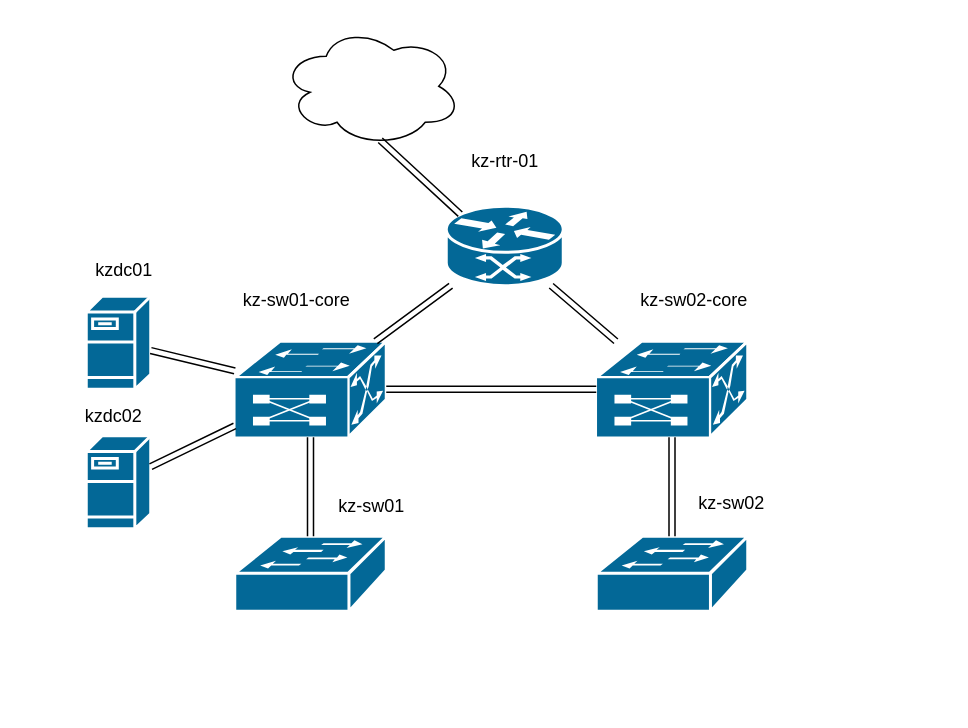
Ve1l/diagrams keeps this draw.io diagram as Untitled Diagram.drawio. Above is the earlier version. Source tidied: cells renumbered, new cells numbered last; positions are measured from the earlier drawing's top-left corner, leaving out a move shared by most shapes. Both pictures are drawn from the tidied source at 150%, with x=0, y=0 at pixel (75, 26).
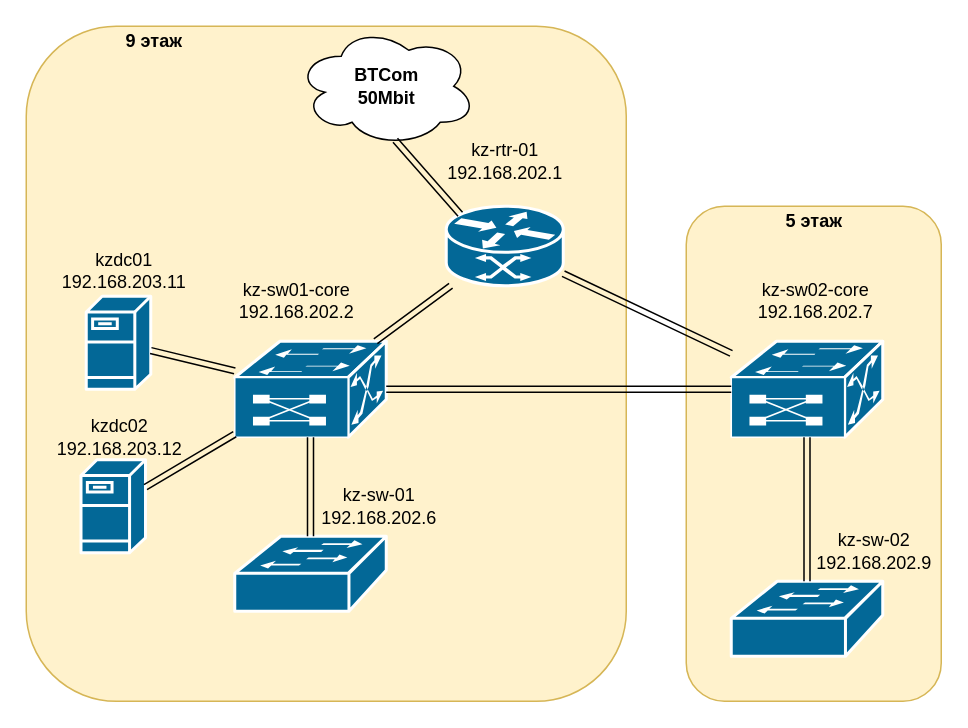
Above is the later version.

The edit, as a diff of the source:
```diff
@@
+    <mxCell id="25" style="rounded=1;html=1;fillColor=#fff2cc;whiteSpace=wrap;verticalAlign=middle;strokeColor=#d6b656;sketch=0;shadow=0;glass=0;imageAspect=1;backgroundOutline=0;movableLabel=0;noLabel=0;" parent="1" vertex="1">
+      <mxGeometry x="-33" width="400" height="450" as="geometry" />
+    </mxCell>
+    <mxCell id="26" style="rounded=1;html=1;fillColor=#fff2cc;whiteSpace=wrap;verticalAlign=middle;strokeColor=#d6b656;sketch=0;shadow=0;glass=0;imageAspect=1;backgroundOutline=0;movableLabel=0;noLabel=0;" parent="1" vertex="1">
+      <mxGeometry x="407" y="120" width="170" height="330" as="geometry" />
+    </mxCell>
@@
     <mxCell id="3" style="ellipse;shape=cloud;whiteSpace=wrap;html=1;" parent="1" vertex="1">
-      <mxGeometry x="137" width="120" height="80" as="geometry" />
+      <mxGeometry x="147" width="120" height="80" as="geometry" />
     </mxCell>
@@
     <mxCell id="6" style="shape=mxgraph.cisco.switches.multiswitch_device;html=1;dashed=0;fillColor=#036897;strokeColor=#ffffff;strokeWidth=2;verticalLabelPosition=bottom;verticalAlign=top;align=center;outlineConnect=0;" parent="1" vertex="1">
-      <mxGeometry x="347" y="210" width="101" height="64" as="geometry" />
+      <mxGeometry x="437" y="210" width="101" height="64" as="geometry" />
     </mxCell>
@@
-    <mxCell id="9" value="kz-rtr-01" style="text;html=1;align=center;verticalAlign=middle;fillColor=none;strokeColor=none;rounded=0;" parent="1" vertex="1">
-      <mxGeometry x="256" y="80" width="60" height="20" as="geometry" />
+    <mxCell id="9" value="&lt;div&gt;kz-rtr-01&lt;/div&gt;&lt;div&gt;192.168.202.1&lt;/div&gt;" style="text;html=1;align=center;verticalAlign=middle;fillColor=none;strokeColor=none;rounded=0;" parent="1" vertex="1">
+      <mxGeometry x="241" y="75" width="90" height="30" as="geometry" />
     </mxCell>
-    <mxCell id="10" value="kz-sw01-core" style="text;html=1;align=center;verticalAlign=middle;fillColor=none;strokeColor=none;rounded=0;" parent="1" vertex="1">
-      <mxGeometry x="102" y="173" width="90" height="20" as="geometry" />
+    <mxCell id="10" value="&lt;div&gt;kz-sw01-core&lt;/div&gt;&lt;div&gt;192.168.202.2&lt;br&gt;&lt;/div&gt;" style="text;html=1;align=center;verticalAlign=middle;fillColor=none;strokeColor=none;rounded=0;" parent="1" vertex="1">
+      <mxGeometry x="102" y="168" width="90" height="30" as="geometry" />
     </mxCell>
-    <mxCell id="11" value="kz-sw02-core" style="text;html=1;align=center;verticalAlign=middle;fillColor=none;strokeColor=none;rounded=0;" parent="1" vertex="1">
-      <mxGeometry x="367" y="173" width="90" height="20" as="geometry" />
+    <mxCell id="11" value="&lt;div&gt;kz-sw02-core&lt;/div&gt;&lt;div&gt;192.168.202.7&lt;/div&gt;" style="text;html=1;align=center;verticalAlign=middle;fillColor=none;strokeColor=none;rounded=0;" parent="1" vertex="1">
+      <mxGeometry x="448" y="168" width="90" height="30" as="geometry" />
     </mxCell>
@@
     <mxCell id="13" style="shape=mxgraph.cisco.switches.workgroup_switch;html=1;dashed=0;fillColor=#036897;strokeColor=#ffffff;strokeWidth=2;verticalLabelPosition=bottom;verticalAlign=top;align=center;outlineConnect=0;" parent="1" vertex="1">
-      <mxGeometry x="347" y="340" width="101" height="50" as="geometry" />
+      <mxGeometry x="437" y="370" width="101" height="50" as="geometry" />
     </mxCell>
-    <mxCell id="14" value="kz-sw01" style="text;html=1;align=center;verticalAlign=middle;fillColor=none;strokeColor=none;rounded=0;" parent="1" vertex="1">
-      <mxGeometry x="167" y="310" width="60" height="20" as="geometry" />
+    <mxCell id="14" value="&lt;div&gt;kz-sw-01&lt;/div&gt;&lt;div&gt;192.168.202.6&lt;/div&gt;" style="text;html=1;align=center;verticalAlign=middle;fillColor=none;strokeColor=none;rounded=0;" parent="1" vertex="1">
+      <mxGeometry x="157" y="305" width="90" height="30" as="geometry" />
     </mxCell>
-    <mxCell id="15" value="&lt;div&gt;kz-sw02&lt;/div&gt;&lt;div&gt;&lt;br&gt;&lt;/div&gt;" style="text;html=1;align=center;verticalAlign=middle;fillColor=none;strokeColor=none;rounded=0;" parent="1" vertex="1">
-      <mxGeometry x="407" y="310" width="60" height="30" as="geometry" />
+    <mxCell id="15" value="&lt;div&gt;kz-sw-02&lt;/div&gt;&lt;div&gt;192.168.202.9&lt;/div&gt;" style="text;html=1;align=center;verticalAlign=middle;fillColor=none;strokeColor=none;rounded=0;" parent="1" vertex="1">
+      <mxGeometry x="487" y="335" width="90" height="30" as="geometry" />
     </mxCell>
@@
     <mxCell id="18" style="shape=mxgraph.cisco.servers.fileserver;html=1;dashed=0;fillColor=#036897;strokeColor=#ffffff;strokeWidth=2;verticalLabelPosition=bottom;verticalAlign=top;align=center;outlineConnect=0;" parent="1" vertex="1">
-      <mxGeometry x="7" y="273" width="43" height="62" as="geometry" />
+      <mxGeometry x="3.5" y="289" width="43" height="62" as="geometry" />
     </mxCell>
-    <mxCell id="19" value="kzdc01" style="text;html=1;align=center;verticalAlign=middle;fillColor=none;strokeColor=none;rounded=0;" parent="1" vertex="1">
-      <mxGeometry x="7" y="153" width="50" height="20" as="geometry" />
+    <mxCell id="19" value="&lt;div&gt;kzdc01&lt;/div&gt;&lt;div&gt;192.168.203.11&lt;/div&gt;" style="text;html=1;align=center;verticalAlign=middle;fillColor=none;strokeColor=none;rounded=0;" parent="1" vertex="1">
+      <mxGeometry x="-18" y="148" width="100" height="30" as="geometry" />
     </mxCell>
-    <mxCell id="20" value="&lt;div&gt;kzdc02&lt;/div&gt;" style="text;html=1;align=center;verticalAlign=middle;fillColor=none;strokeColor=none;rounded=0;" parent="1" vertex="1">
-      <mxGeometry y="250" width="50" height="20" as="geometry" />
+    <mxCell id="20" value="&lt;div&gt;kzdc02&lt;/div&gt;&lt;div&gt;192.168.203.12&lt;/div&gt;" style="text;html=1;align=center;verticalAlign=middle;fillColor=none;strokeColor=none;rounded=0;" parent="1" vertex="1">
+      <mxGeometry x="-21.5" y="259" width="100" height="30" as="geometry" />
     </mxCell>
@@
+    <mxCell id="27" value="5 этаж" style="text;html=1;align=center;verticalAlign=middle;fillColor=none;strokeColor=none;rounded=0;shadow=0;glass=0;sketch=0;fontStyle=1;" parent="1" vertex="1">
+      <mxGeometry x="467" y="120" width="50" height="20" as="geometry" />
+    </mxCell>
+    <mxCell id="28" value="9 этаж" style="text;html=1;align=center;verticalAlign=middle;fillColor=none;strokeColor=none;rounded=0;shadow=0;glass=0;sketch=0;fontStyle=1;" parent="1" vertex="1">
+      <mxGeometry x="27" width="50" height="20" as="geometry" />
+    </mxCell>
+    <mxCell id="29" value="&lt;div&gt;BTCom&lt;/div&gt;&lt;div&gt;50Mbit&lt;/div&gt;" style="text;html=1;align=center;verticalAlign=middle;fillColor=none;strokeColor=none;rounded=0;shadow=0;glass=0;sketch=0;fontStyle=1;" parent="1" vertex="1">
+      <mxGeometry x="177" y="25" width="60" height="30" as="geometry" />
+    </mxCell>
```
